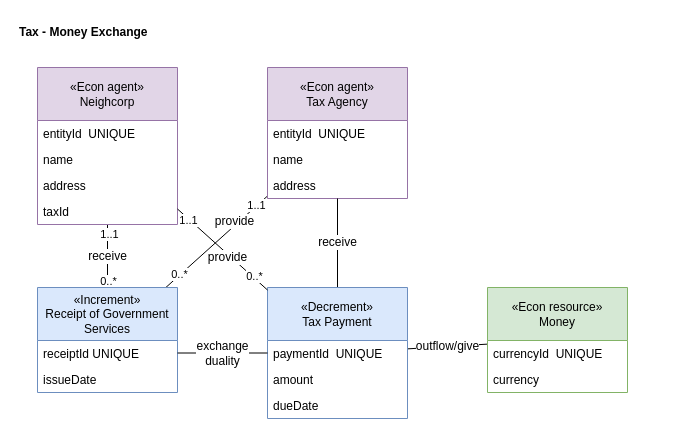
Before: page "Tax Exchange" (9 of 10) of media/IS1_Project_REA.drawio in tudwiglemmel/Neigh-Corp---Golden-Meadows, a draw.io diagram. Source tidied: cells renumbered, new cells numbered last; positions are measured from the earlier drawing's top-left corner, leaving out a move shared by most shapes. Both pictures are drawn from the tidied source at 100%, with x=0, y=0 at pixel (17, 17).
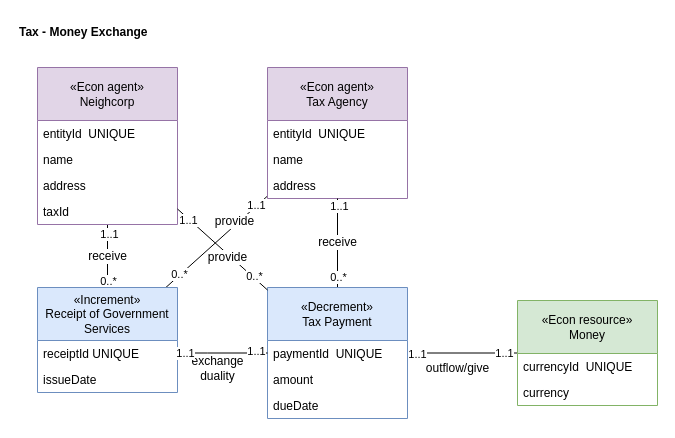
The same page after the edit.

The change refers to these unchanged cells:
```xml
<mxCell id="18" value="«Increment»&lt;div&gt;Receipt of Government Services&lt;/div&gt;" style="whiteSpace=wrap;html=1;fillColor=#dae8fc;strokeColor=#6c8ebf;shape=swimlane;fontStyle=0;startSize=53;horizontal=1;align=center;verticalAlign=middle;fontFamily=Helvetica;fontSize=12;" parent="1" vertex="1">
  <mxGeometry x="20" y="270" width="140" height="105" as="geometry" />
</mxCell>
<mxCell id="21" value="receive" style="edgeStyle=orthogonalEdgeStyle;rounded=0;jettySize=auto;html=1;fontFamily=Helvetica;fontSize=12;fontColor=default;endArrow=none;endFill=0;" parent="1" edge="1" source="23" target="14">
  <mxGeometry relative="1" as="geometry" />
</mxCell>
<mxCell id="23" value="«Decrement»&lt;div&gt;Tax Payment&lt;/div&gt;" style="whiteSpace=wrap;html=1;fillColor=#dae8fc;strokeColor=#6c8ebf;shape=swimlane;fontStyle=0;startSize=53;horizontal=1;align=center;verticalAlign=middle;fontFamily=Helvetica;fontSize=12;" parent="1" vertex="1">
  <mxGeometry x="250" y="270" width="140" height="131" as="geometry" />
</mxCell>
```

What changed in the source:
```diff
@@
+    <mxCell id="34" value="1..1" style="edgeLabel;html=1;align=center;verticalAlign=middle;" parent="21" vertex="1">
+      <mxGeometry x="0.84" y="-1" relative="1" as="geometry" />
+    </mxCell>
+    <mxCell id="35" value="0..*" style="edgeLabel;html=1;align=center;verticalAlign=middle;" parent="21" vertex="1">
+      <mxGeometry x="-0.75" relative="1" as="geometry" />
+    </mxCell>
     <mxCell id="22" value="outflow/give" style="rounded=0;jettySize=auto;html=1;fontFamily=Helvetica;fontSize=12;fontColor=default;endArrow=none;endFill=0;" parent="1" edge="1" source="23" target="27">
-      <mxGeometry relative="1" as="geometry" />
+      <mxGeometry x="-0.09" y="-15" relative="1" as="geometry" />
     </mxCell>
+    <mxCell id="36" value="1..1" style="edgeLabel;html=1;align=center;verticalAlign=middle;" parent="22" vertex="1">
+      <mxGeometry x="-0.84" y="-1" relative="1" as="geometry" />
+    </mxCell>
+    <mxCell id="37" value="1..1" style="edgeLabel;html=1;align=center;verticalAlign=middle;" parent="22" vertex="1">
+      <mxGeometry x="0.75" relative="1" as="geometry" />
+    </mxCell>
@@
     <mxCell id="27" value="«Econ resource»&lt;div&gt;Money&lt;/div&gt;" style="whiteSpace=wrap;html=1;fillColor=#d5e8d4;strokeColor=#82b366;shape=swimlane;fontStyle=0;startSize=53;horizontal=1;align=center;verticalAlign=middle;fontFamily=Helvetica;fontSize=12;" parent="1" vertex="1">
-      <mxGeometry x="470" y="270" width="140" height="105" as="geometry" />
+      <mxGeometry x="500" y="283" width="140" height="105" as="geometry" />
     </mxCell>
@@
     <mxCell id="30" value="exchange&lt;div&gt;duality&lt;/div&gt;" style="edgeStyle=orthogonalEdgeStyle;rounded=0;jettySize=auto;html=1;fontFamily=Helvetica;fontSize=12;fontColor=default;endArrow=none;endFill=0;" parent="1" edge="1" source="18" target="23">
-      <mxGeometry relative="1" as="geometry">
+      <mxGeometry x="-0.11" y="-15" relative="1" as="geometry">
         <Array as="points">
           <mxPoint x="190" y="335.5" />
           <mxPoint x="190" y="335.5" />
         </Array>
       </mxGeometry>
     </mxCell>
+    <mxCell id="38" value="1..1" style="edgeLabel;html=1;align=center;verticalAlign=middle;" parent="30" vertex="1">
+      <mxGeometry x="-0.85" relative="1" as="geometry" />
+    </mxCell>
+    <mxCell id="39" value="1..1" style="edgeLabel;html=1;align=center;verticalAlign=middle;" parent="30" vertex="1">
+      <mxGeometry x="0.74" y="2" relative="1" as="geometry" />
+    </mxCell>
```
